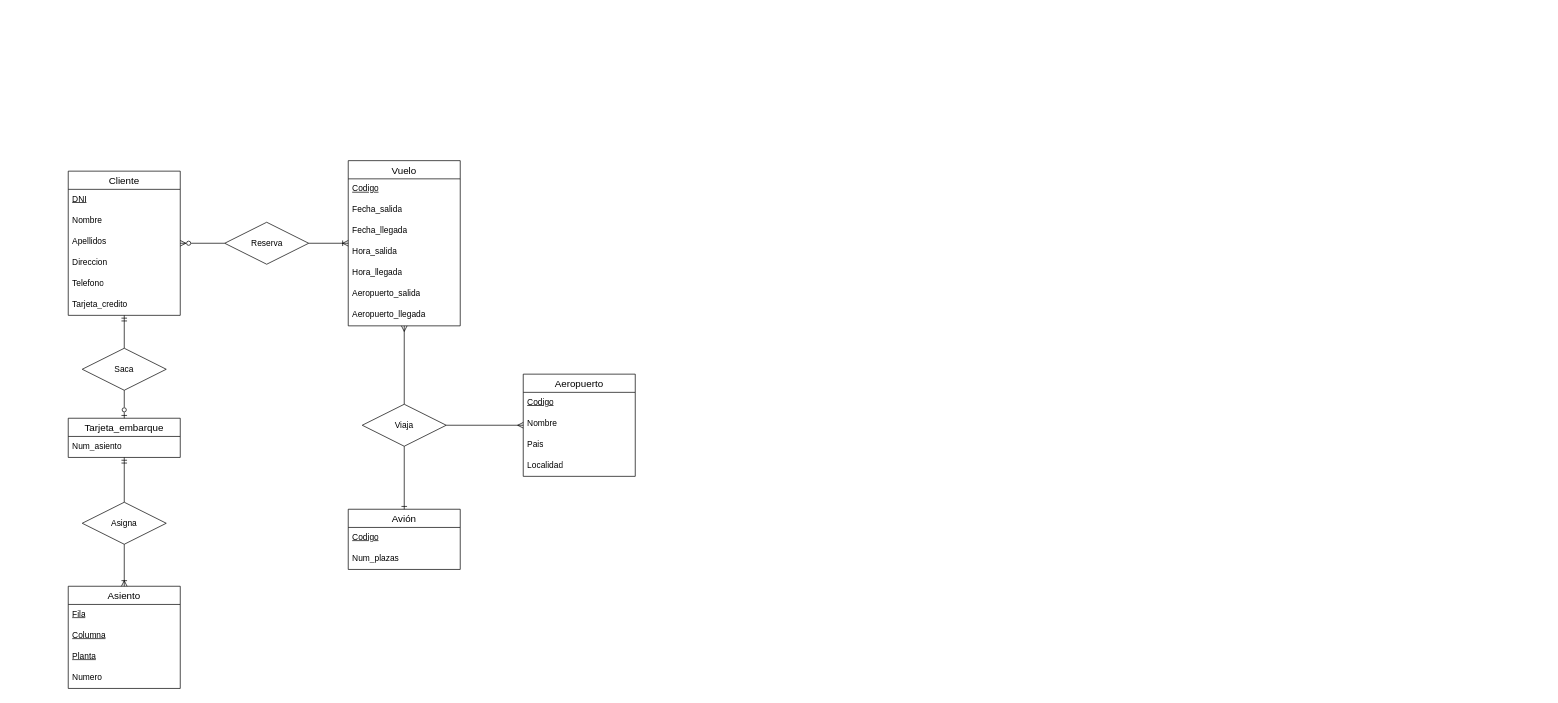
This is TA12EJ8.drawio from AlejandroCara/acr-tsys-modeloER-drawio-1110, a draw.io file, before an edit. Source tidied: cells renumbered, new cells numbered last; positions are measured from the earlier drawing's top-left corner, leaving out a move shared by most shapes. Both pictures are drawn from the tidied source at 70%, with x=0, y=0 at pixel (68, 160).
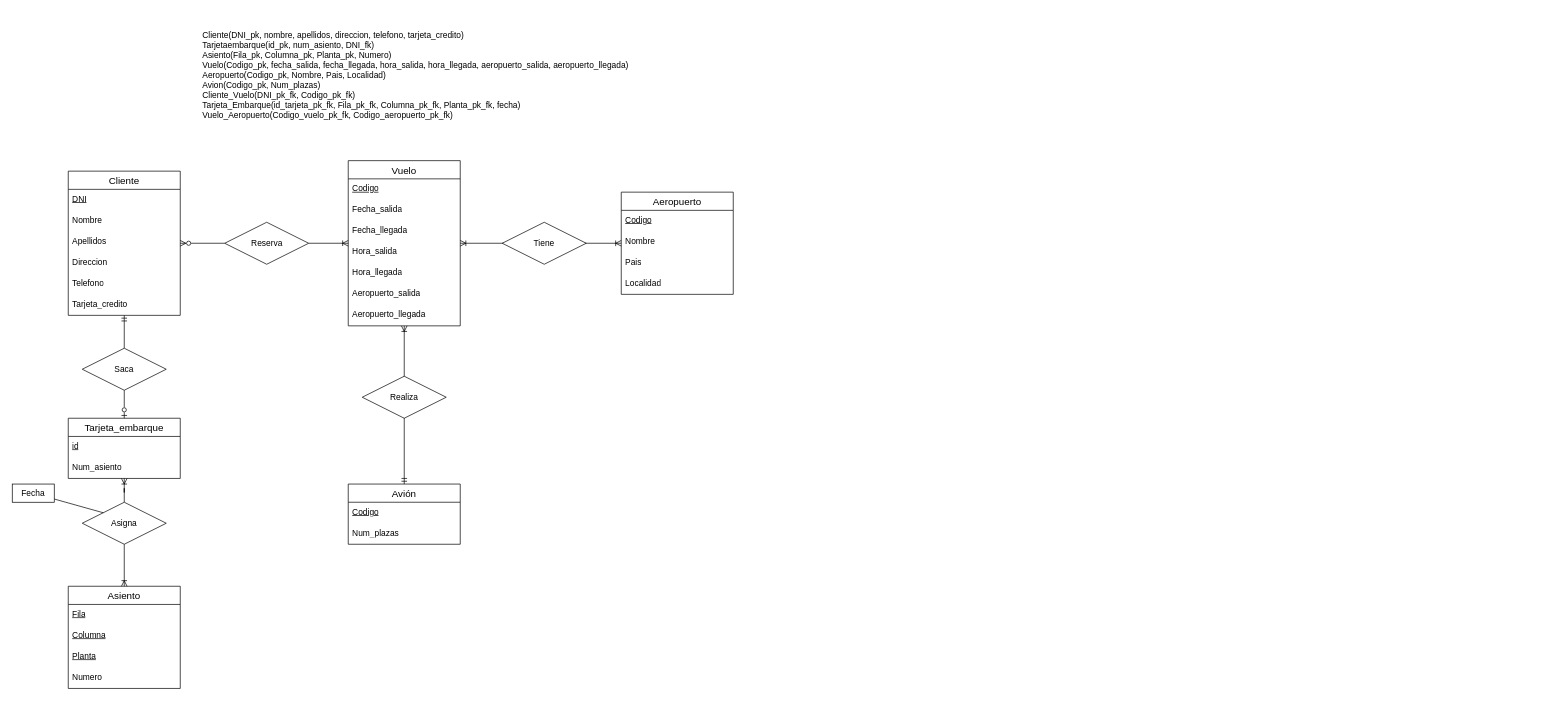
The same page after the edit.

Commit message:
Relacional (casi)

The change refers to these unchanged cells:
```xml
<mxCell id="9" value="Vuelo" style="swimlane;fontStyle=0;horizontal=1;startSize=26;align=center;fontSize=14;" parent="1" vertex="1">
  <mxGeometry x="400" width="160" height="236" as="geometry" />
</mxCell>
<mxCell id="44" value="Asigna" style="shape=rhombus;perimeter=rhombusPerimeter;whiteSpace=wrap;html=1;align=center;" parent="1" vertex="1">
  <mxGeometry x="20" y="488" width="120" height="60" as="geometry" />
</mxCell>
```

Change to the diagram source:
```diff
@@
     <mxCell id="22" value="Aeropuerto" style="swimlane;fontStyle=0;horizontal=1;startSize=26;align=center;fontSize=14;" parent="1" vertex="1">
-      <mxGeometry x="650" y="305" width="160" height="146" as="geometry" />
+      <mxGeometry x="790" y="45" width="160" height="146" as="geometry" />
     </mxCell>
@@
     <mxCell id="30" value="Tarjeta_embarque" style="swimlane;fontStyle=0;horizontal=1;startSize=26;align=center;fontSize=14;" parent="1" vertex="1">
-      <mxGeometry y="368" width="160" height="56" as="geometry" />
+      <mxGeometry y="368" width="160" height="86" as="geometry" />
     </mxCell>
-    <mxCell id="31" value="Num_asiento" style="text;strokeColor=none;fillColor=none;spacingLeft=4;spacingRight=4;overflow=hidden;fontSize=12;whiteSpace=wrap;html=1;" parent="30" vertex="1">
+    <mxCell id="31" value="&lt;u&gt;id&lt;/u&gt;" style="text;strokeColor=none;fillColor=none;spacingLeft=4;spacingRight=4;overflow=hidden;fontSize=12;whiteSpace=wrap;html=1;" parent="30" vertex="1">
       <mxGeometry y="26" width="160" height="30" as="geometry" />
     </mxCell>
+    <mxCell id="45" value="Num_asiento" style="text;strokeColor=none;fillColor=none;spacingLeft=4;spacingRight=4;overflow=hidden;fontSize=12;whiteSpace=wrap;html=1;" parent="30" vertex="1">
+      <mxGeometry y="56" width="160" height="30" as="geometry" />
+    </mxCell>
     <mxCell id="32" value="Avión" style="swimlane;fontStyle=0;horizontal=1;startSize=26;align=center;fontSize=14;" parent="1" vertex="1">
-      <mxGeometry x="400" y="498" width="160" height="86" as="geometry" />
+      <mxGeometry x="400" y="462" width="160" height="86" as="geometry" />
     </mxCell>
@@
-    <mxCell id="35" style="edgeStyle=orthogonalEdgeStyle;rounded=0;jettySize=auto;html=1;exitX=0.5;exitY=0;exitDx=0;exitDy=0;endArrow=ERmany;endFill=0;" parent="1" edge="1" source="38" target="9">
-      <mxGeometry relative="1" as="geometry" />
-    </mxCell>
-    <mxCell id="36" style="edgeStyle=orthogonalEdgeStyle;rounded=0;jettySize=auto;html=1;exitX=1;exitY=0.5;exitDx=0;exitDy=0;endArrow=ERmany;endFill=0;" parent="1" edge="1" source="38" target="22">
+    <mxCell id="36" style="edgeStyle=orthogonalEdgeStyle;rounded=0;jettySize=auto;html=1;endArrow=ERoneToMany;endFill=0;startArrow=ERoneToMany;startFill=0;" parent="1" edge="1" source="9" target="22">
       <mxGeometry relative="1" as="geometry" />
     </mxCell>
-    <mxCell id="37" style="edgeStyle=orthogonalEdgeStyle;rounded=0;jettySize=auto;html=1;exitX=0.5;exitY=1;exitDx=0;exitDy=0;endArrow=ERone;endFill=0;" parent="1" edge="1" source="38" target="32">
+    <mxCell id="37" style="edgeStyle=orthogonalEdgeStyle;rounded=0;jettySize=auto;html=1;endArrow=ERmandOne;endFill=0;startArrow=ERoneToMany;startFill=0;" parent="1" edge="1" source="9" target="32">
       <mxGeometry relative="1" as="geometry" />
     </mxCell>
-    <mxCell id="38" value="Viaja" style="shape=rhombus;perimeter=rhombusPerimeter;whiteSpace=wrap;html=1;align=center;" parent="1" vertex="1">
-      <mxGeometry x="420" y="348" width="120" height="60" as="geometry" />
-    </mxCell>
@@
-    <mxCell id="42" style="edgeStyle=orthogonalEdgeStyle;rounded=0;jettySize=auto;html=1;exitX=0.5;exitY=0;exitDx=0;exitDy=0;endArrow=ERmandOne;endFill=0;" parent="1" edge="1" source="44" target="30">
+    <mxCell id="42" style="edgeStyle=orthogonalEdgeStyle;rounded=0;jettySize=auto;html=1;exitX=0.5;exitY=0;exitDx=0;exitDy=0;endArrow=ERoneToMany;endFill=0;" parent="1" edge="1" source="44" target="30">
       <mxGeometry relative="1" as="geometry" />
     </mxCell>
@@
+    <mxCell id="46" value="&lt;div style=&quot;border-color: var(--border-color);&quot;&gt;&lt;div style=&quot;border-color: var(--border-color);&quot;&gt;Cliente(DNI_pk, nombre, apellidos, direccion, telefono, tarjeta_credito)&lt;/div&gt;&lt;div style=&quot;border-color: var(--border-color);&quot;&gt;Tarjetaembarque(id_pk, num_asiento, DNI_fk)&lt;/div&gt;&lt;div style=&quot;border-color: var(--border-color);&quot;&gt;&lt;span style=&quot;border-color: var(--border-color); background-color: initial;&quot;&gt;Asiento(Fila_pk, Columna_pk, Planta_pk, Numero)&lt;/span&gt;&lt;/div&gt;&lt;div style=&quot;border-color: var(--border-color);&quot;&gt;&lt;span style=&quot;border-color: var(--border-color); background-color: initial;&quot;&gt;Vuelo(Codigo_pk, fecha_salida, fecha_llegada, hora_salida, hora_llegada, aeropuerto_salida, aeropuerto_llegada)&lt;/span&gt;&lt;/div&gt;&lt;div style=&quot;border-color: var(--border-color);&quot;&gt;&lt;span style=&quot;border-color: var(--border-color); background-color: initial;&quot;&gt;Aeropuerto(Codigo_pk, Nombre, Pais, Localidad)&lt;/span&gt;&lt;/div&gt;&lt;div style=&quot;border-color: var(--border-color);&quot;&gt;&lt;span style=&quot;border-color: var(--border-color); background-color: initial;&quot;&gt;Avion(Codigo_pk, Num_plazas)&lt;/span&gt;&lt;/div&gt;&lt;div&gt;&lt;span style=&quot;border-color: var(--border-color); background-color: initial;&quot;&gt;Cliente_Vuelo(DNI_pk_fk, Codigo_pk_fk)&lt;/span&gt;&lt;/div&gt;&lt;div&gt;&lt;span style=&quot;border-color: var(--border-color); background-color: initial;&quot;&gt;Tarjeta_Embarque(id_tarjeta_&lt;/span&gt;pk_fk, Fila_pk_fk, Columna_pk_fk, Planta_pk_fk, fecha)&lt;/div&gt;&lt;div&gt;Vuelo_Aeropuerto(Codigo_vuelo_pk_fk, Codigo_aeropuerto_pk_fk)&lt;/div&gt;&lt;/div&gt;" style="text;html=1;strokeColor=none;fillColor=none;align=left;verticalAlign=middle;whiteSpace=wrap;rounded=0;" parent="1" vertex="1">
+      <mxGeometry x="190" y="-212" width="1920" height="180" as="geometry" />
+    </mxCell>
+    <mxCell id="47" style="endArrow=none;html=1;rounded=0;entryX=0;entryY=0;entryDx=0;entryDy=0;" parent="1" edge="1" source="48" target="44">
+      <mxGeometry relative="1" as="geometry" />
+    </mxCell>
+    <mxCell id="48" value="Fecha" style="whiteSpace=wrap;html=1;align=center;" parent="1" vertex="1">
+      <mxGeometry x="-80" y="462" width="60" height="26" as="geometry" />
+    </mxCell>
+    <mxCell id="49" value="Realiza" style="shape=rhombus;perimeter=rhombusPerimeter;whiteSpace=wrap;html=1;align=center;" parent="1" vertex="1">
+      <mxGeometry x="420" y="308" width="120" height="60" as="geometry" />
+    </mxCell>
+    <mxCell id="50" value="Tiene" style="shape=rhombus;perimeter=rhombusPerimeter;whiteSpace=wrap;html=1;align=center;" parent="1" vertex="1">
+      <mxGeometry x="620" y="88" width="120" height="60" as="geometry" />
+    </mxCell>
```
